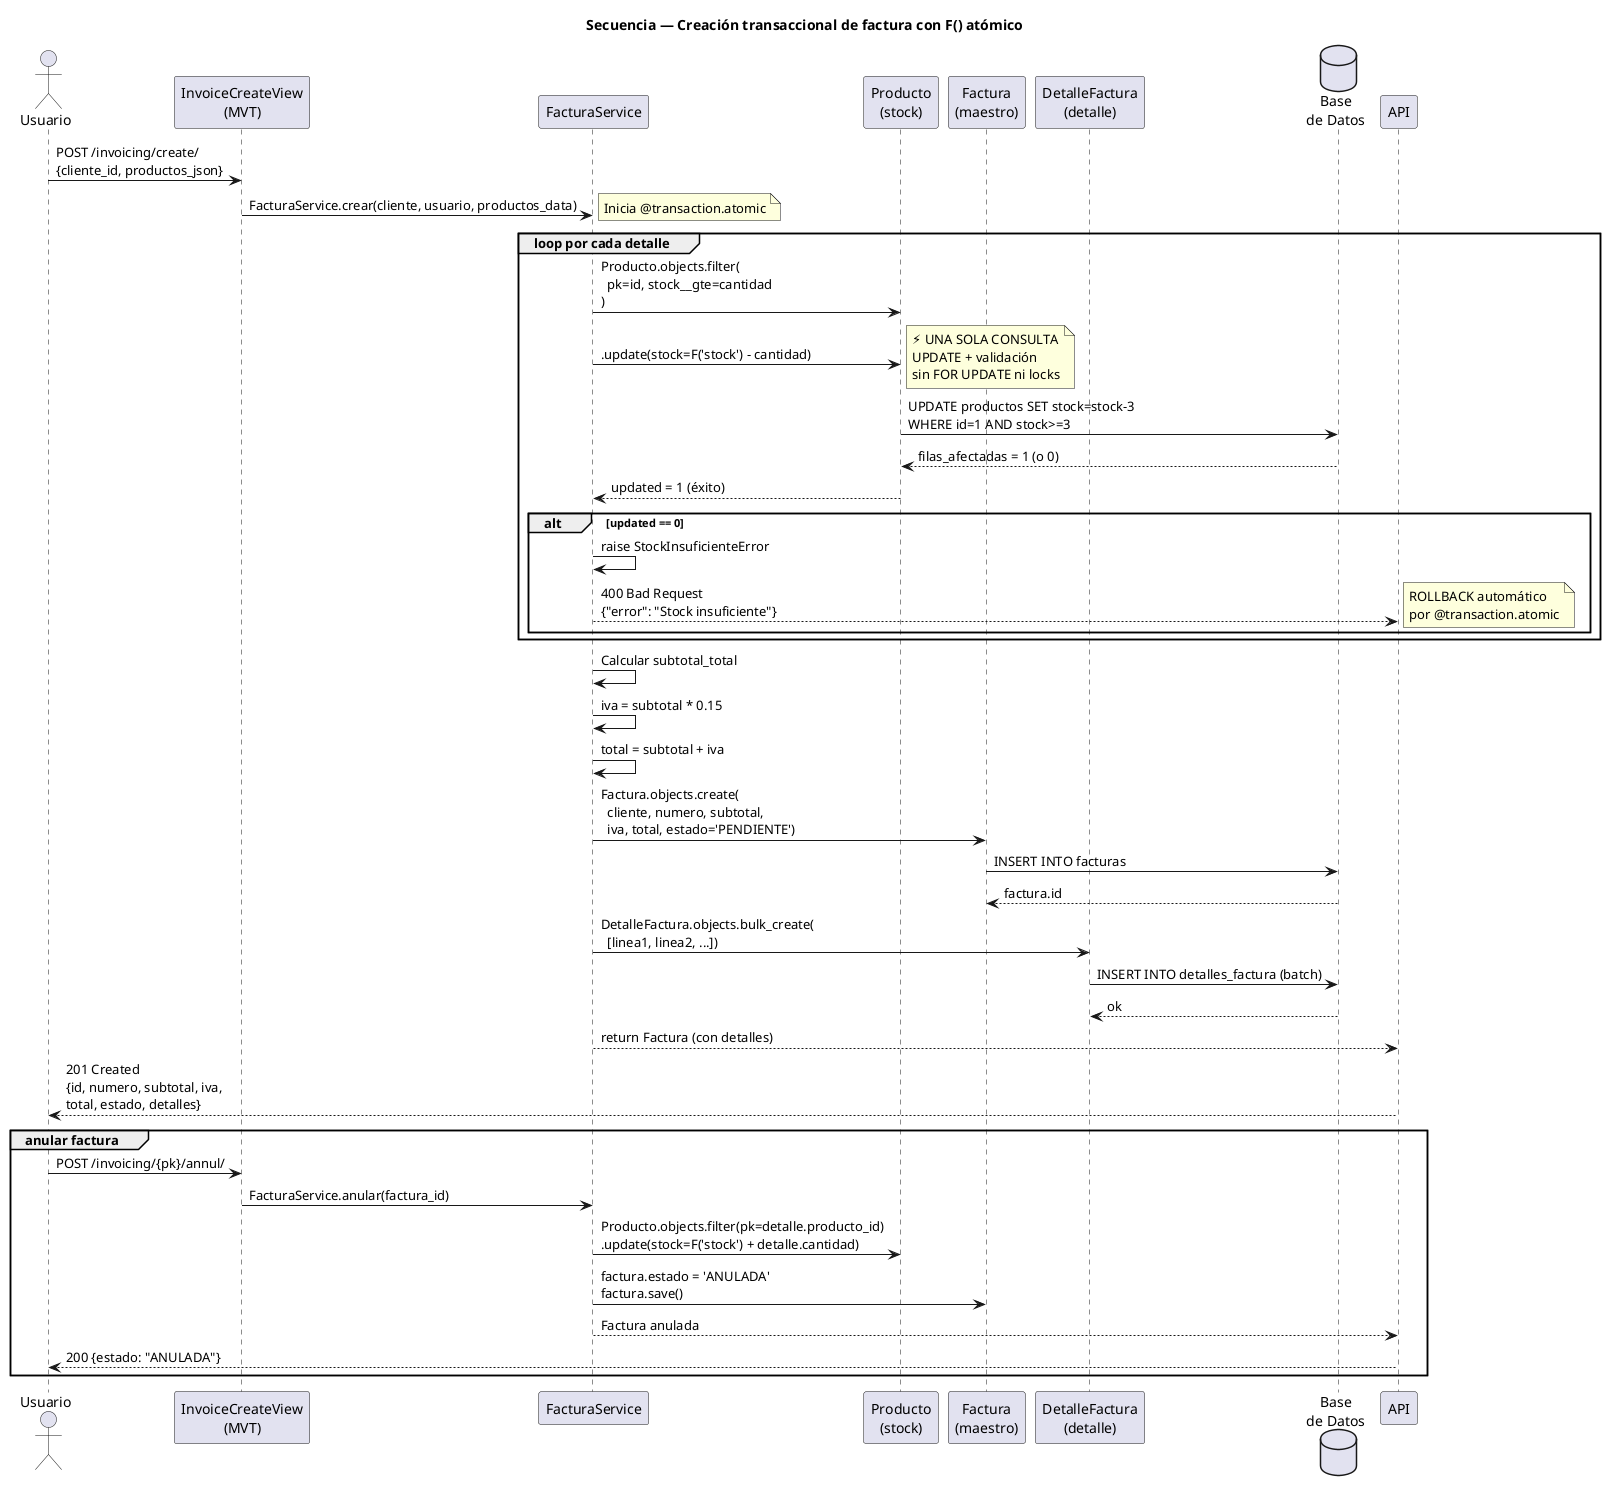
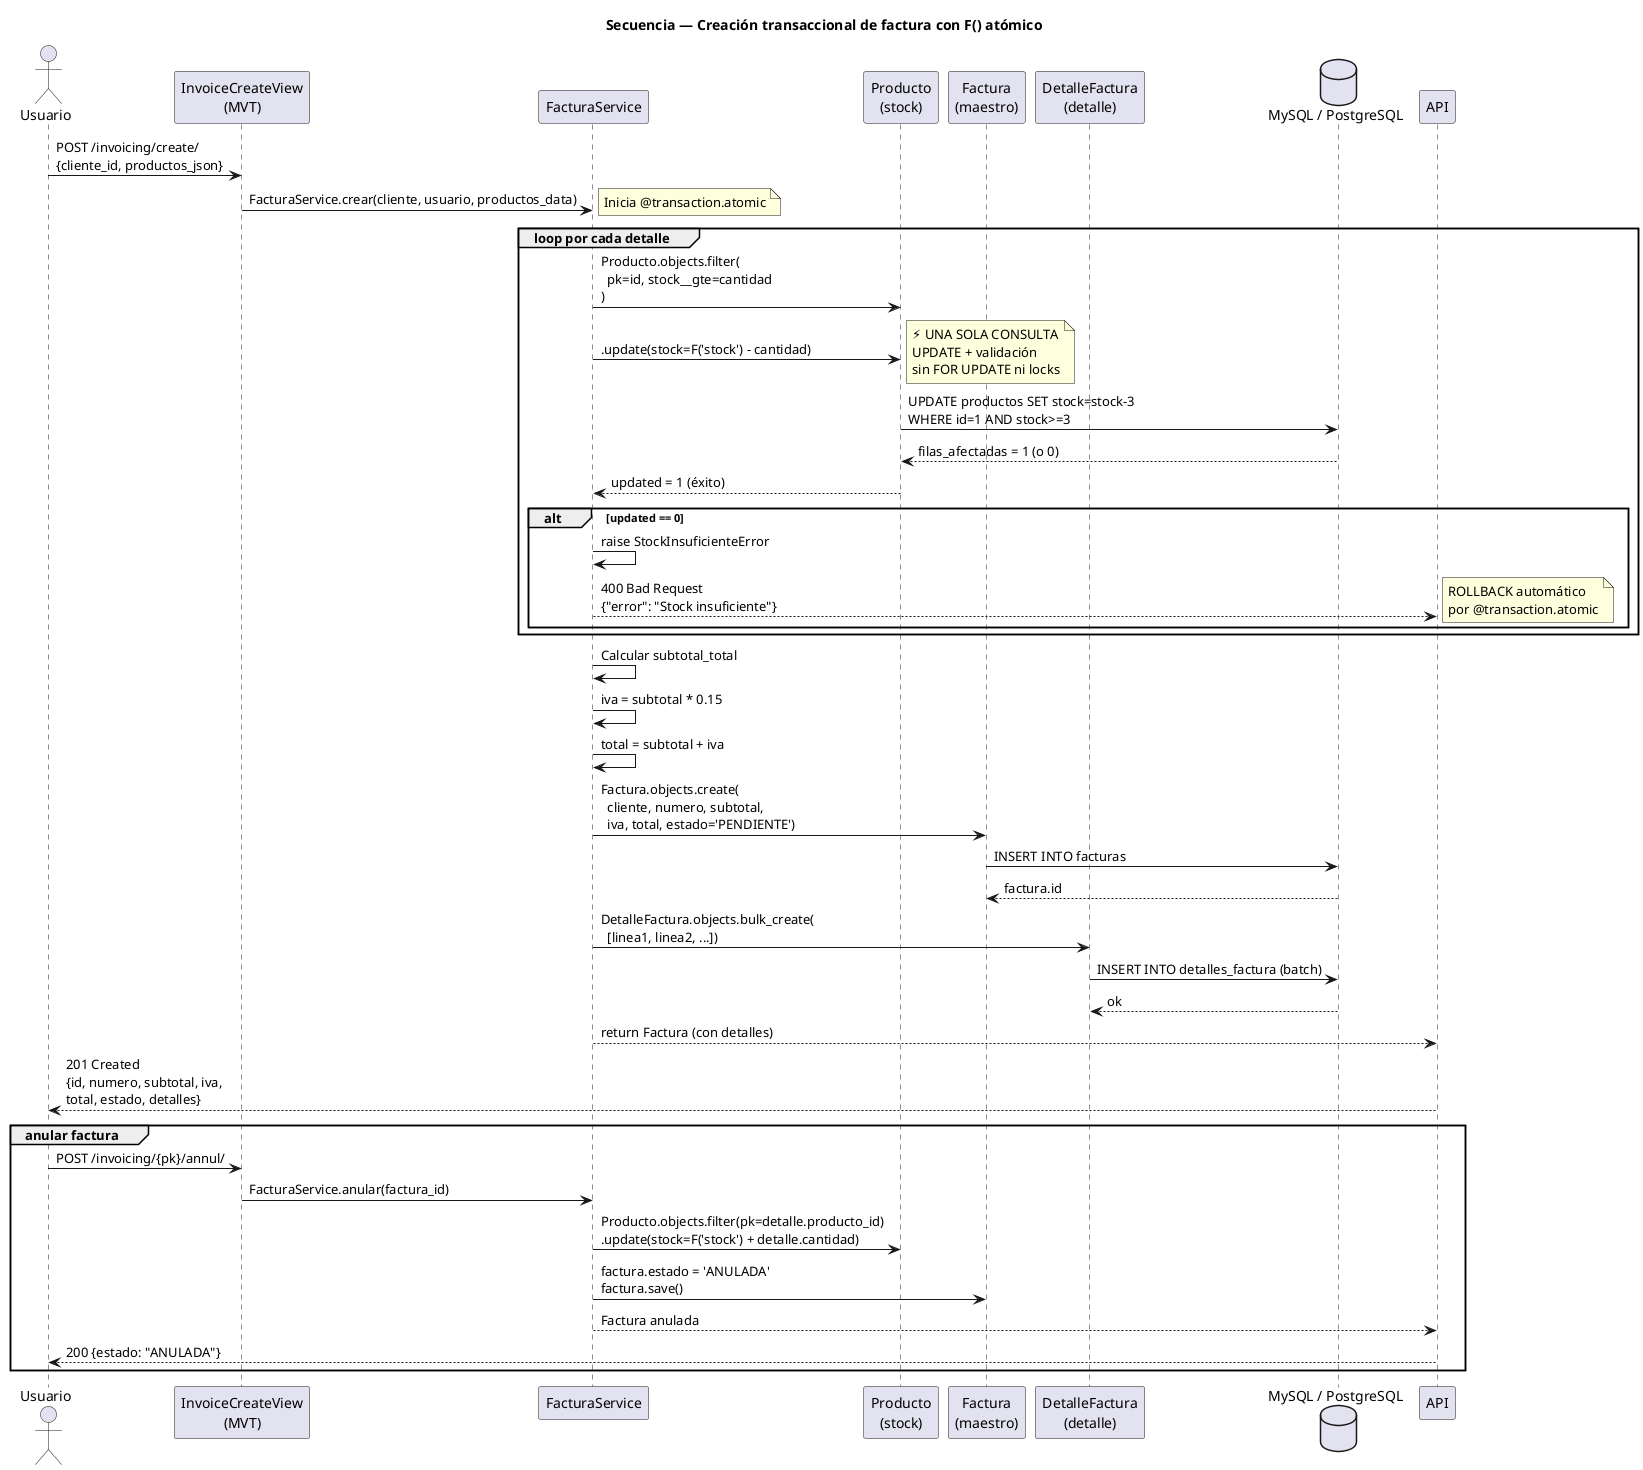
@startuml 06-secuencia-factura
title Secuencia — Creación transaccional de factura con F() atómico

actor Usuario
participant "InvoiceCreateView\n(MVT)" as View
participant "FacturaService" as Service
participant "Producto\n(stock)" as Producto
participant "Factura\n(maestro)" as Factura
participant "DetalleFactura\n(detalle)" as Detalle
- database "Base\nde Datos" as DB
+ database "MySQL / PostgreSQL" as DB

Usuario -> View: POST /invoicing/create/\n{cliente_id, productos_json}
View -> Service: FacturaService.crear(cliente, usuario, productos_data)
note right: Inicia @transaction.atomic

group loop por cada detalle
  Service -> Producto: Producto.objects.filter(\n  pk=id, stock__gte=cantidad\n)
  Service -> Producto: .update(stock=F('stock') - cantidad)
  note right: ⚡ UNA SOLA CONSULTA\nUPDATE + validación\nsin FOR UPDATE ni locks

  Producto -> DB: UPDATE productos SET stock=stock-3\nWHERE id=1 AND stock>=3
  DB --> Producto: filas_afectadas = 1 (o 0)
  Producto --> Service: updated = 1 (éxito)

  alt updated == 0
    Service -> Service: raise StockInsuficienteError
    Service --> API: 400 Bad Request\n{"error": "Stock insuficiente"}
    note right: ROLLBACK automático\npor @transaction.atomic
  end
end

Service -> Service: Calcular subtotal_total
Service -> Service: iva = subtotal * 0.15
Service -> Service: total = subtotal + iva

Service -> Factura: Factura.objects.create(\n  cliente, numero, subtotal,\n  iva, total, estado='PENDIENTE')
Factura -> DB: INSERT INTO facturas
DB --> Factura: factura.id

Service -> Detalle: DetalleFactura.objects.bulk_create(\n  [linea1, linea2, ...])
Detalle -> DB: INSERT INTO detalles_factura (batch)
DB --> Detalle: ok

Service --> API: return Factura (con detalles)
API --> Usuario: 201 Created\n{id, numero, subtotal, iva,\ntotal, estado, detalles}

group anular factura
  Usuario -> View: POST /invoicing/{pk}/annul/
  View -> Service: FacturaService.anular(factura_id)
  Service -> Producto: Producto.objects.filter(pk=detalle.producto_id)\n.update(stock=F('stock') + detalle.cantidad)
  Service -> Factura: factura.estado = 'ANULADA'\nfactura.save()
  Service --> API: Factura anulada
  API --> Usuario: 200 {estado: "ANULADA"}
end

@enduml
